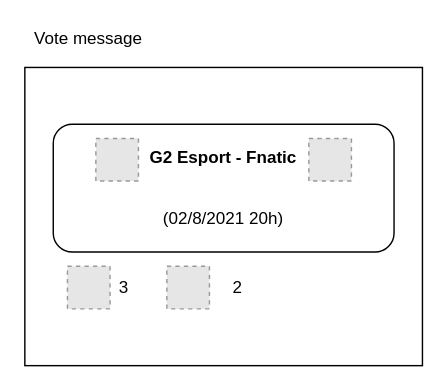
Above: design/mockups/Mockups.drawio in r0perice/lol-bet-discord-bot (draw.io), before the change. Source tidied: cells renumbered, new cells numbered last; positions are measured from the earlier drawing's top-left corner, leaving out a move shared by most shapes. Both pictures are drawn from the tidied source at 142%, with x=0, y=0 at pixel (24, 24). Pictures stored in the file or linked from it are replaced by grey dashed boxes.
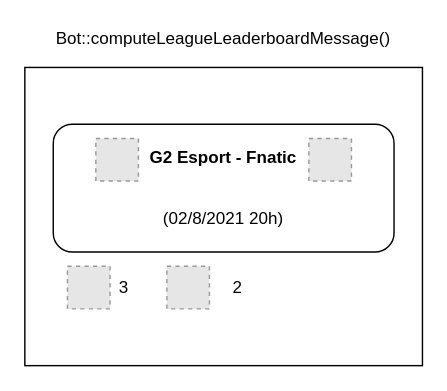
Above is the later version.

The edit, as a diff of the source:
```diff
@@
 <mxGraphModel>
   <root>
     <mxCell id="0" />
     <mxCell id="1" parent="0" />
-    <mxCell id="2" value="Vote message" style="text;html=1;strokeColor=none;fillColor=none;align=center;verticalAlign=middle;whiteSpace=wrap;rounded=0;" parent="1" vertex="1">
-      <mxGeometry width="90" height="20" as="geometry" />
+    <mxCell id="2" value="Bot::computeLeagueLeaderboardMessage()" style="text;html=1;strokeColor=none;fillColor=none;align=center;verticalAlign=middle;whiteSpace=wrap;rounded=0;" parent="1" vertex="1">
+      <mxGeometry width="280" height="20" as="geometry" />
     </mxCell>
     <mxCell id="3" style="rounded=0;whiteSpace=wrap;html=1;" parent="1" vertex="1">
       <mxGeometry y="30" width="280" height="210" as="geometry" />
     </mxCell>
     <mxCell id="4" value="&lt;b&gt;G2 Esport - Fnatic&lt;br&gt;&lt;/b&gt;&lt;br&gt;&lt;br&gt;(02/8/2021 20h)" style="rounded=1;whiteSpace=wrap;html=1;" parent="1" vertex="1">
       <mxGeometry x="20" y="70" width="240" height="90" as="geometry" />
     </mxCell>
     <mxCell id="5" style="fillColor=#E6E6E6;strokeColor=#999999;dashed=1;verticalLabelPosition=bottom;labelBackgroundColor=#ffffff;verticalAlign=top;" parent="1" vertex="1">
       <mxGeometry x="200" y="80" width="30" height="30" as="geometry" />
     </mxCell>
     <mxCell id="6" style="fillColor=#E6E6E6;strokeColor=#999999;dashed=1;verticalLabelPosition=bottom;labelBackgroundColor=#ffffff;verticalAlign=top;" parent="1" vertex="1">
       <mxGeometry x="50" y="80" width="30" height="30" as="geometry" />
     </mxCell>
     <mxCell id="7" style="fillColor=#E6E6E6;strokeColor=#999999;dashed=1;verticalLabelPosition=bottom;labelBackgroundColor=#ffffff;verticalAlign=top;" parent="1" vertex="1">
       <mxGeometry x="30" y="170" width="30" height="30" as="geometry" />
     </mxCell>
     <mxCell id="8" style="fillColor=#E6E6E6;strokeColor=#999999;dashed=1;verticalLabelPosition=bottom;labelBackgroundColor=#ffffff;verticalAlign=top;" parent="1" vertex="1">
       <mxGeometry x="100" y="170" width="30" height="30" as="geometry" />
     </mxCell>
     <mxCell id="9" value="3" style="text;html=1;strokeColor=none;fillColor=none;align=center;verticalAlign=middle;whiteSpace=wrap;rounded=0;" parent="1" vertex="1">
       <mxGeometry x="50" y="175" width="40" height="20" as="geometry" />
     </mxCell>
     <mxCell id="10" value="2" style="text;html=1;strokeColor=none;fillColor=none;align=center;verticalAlign=middle;whiteSpace=wrap;rounded=0;" parent="1" vertex="1">
       <mxGeometry x="130" y="175" width="40" height="20" as="geometry" />
     </mxCell>
   </root>
 </mxGraphModel>
```
